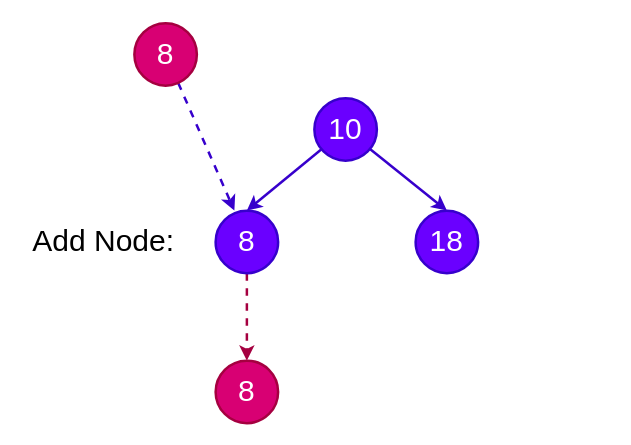
auula/draw.io keeps this draw.io diagram as bst-store.drawio. Above is the earlier version. Source tidied: cells renumbered, new cells numbered last; positions are measured from the earlier drawing's top-left corner, leaving out a move shared by most shapes. Both pictures are drawn from the tidied source at 125%, with x=0, y=0 at pixel (21, 22).
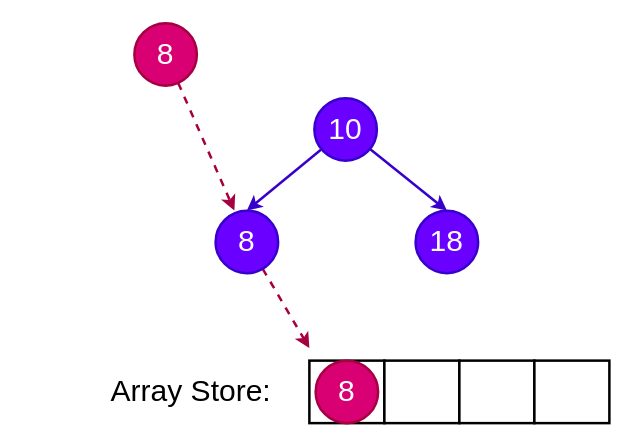
After the change.

The edit, as a diff of the source:
```diff
@@
 <mxGraphModel>
   <root>
     <mxCell id="0" />
     <mxCell id="1" parent="0" />
     <mxCell id="2" style="rounded=0;jettySize=auto;html=1;entryX=0.5;entryY=0;entryDx=0;entryDy=0;fontSize=24;fillColor=#6a00ff;strokeColor=#3700CC;strokeWidth=2;" parent="1" edge="1" source="4" target="6">
       <mxGeometry relative="1" as="geometry" />
     </mxCell>
     <mxCell id="3" style="rounded=0;jettySize=auto;html=1;entryX=0.5;entryY=0;entryDx=0;entryDy=0;fontSize=24;fillColor=#6a00ff;strokeColor=#3700CC;strokeWidth=2;" parent="1" edge="1" source="4" target="7">
       <mxGeometry relative="1" as="geometry" />
     </mxCell>
     <mxCell id="4" value="&lt;font style=&quot;font-size: 24px;&quot;&gt;10&lt;/font&gt;" style="ellipse;whiteSpace=wrap;html=1;fillColor=#6a00ff;fontColor=#ffffff;strokeColor=#3700CC;strokeWidth=2;" parent="1" vertex="1">
       <mxGeometry x="234" y="60" width="50" height="50" as="geometry" />
     </mxCell>
-    <mxCell id="5" style="edgeStyle=none;rounded=0;jettySize=auto;html=1;entryX=0.5;entryY=0;entryDx=0;entryDy=0;dashed=1;fontSize=24;strokeWidth=2;fillColor=#d80073;strokeColor=#A50040;" parent="1" edge="1" source="6" target="11">
-      <mxGeometry relative="1" as="geometry" />
+    <mxCell id="5" style="edgeStyle=none;rounded=0;jettySize=auto;html=1;dashed=1;fontSize=24;strokeWidth=2;fillColor=#d80073;strokeColor=#A50040;" parent="1" edge="1" source="6">
+      <mxGeometry relative="1" as="geometry">
+        <mxPoint x="230" y="260" as="targetPoint" />
+      </mxGeometry>
     </mxCell>
     <mxCell id="6" value="&lt;span style=&quot;font-size: 24px;&quot;&gt;8&lt;/span&gt;" style="ellipse;whiteSpace=wrap;html=1;fillColor=#6a00ff;fontColor=#ffffff;strokeColor=#3700CC;strokeWidth=2;" parent="1" vertex="1">
       <mxGeometry x="155" y="150" width="50" height="50" as="geometry" />
     </mxCell>
     <mxCell id="7" value="&lt;font style=&quot;font-size: 24px;&quot;&gt;18&lt;/font&gt;" style="ellipse;whiteSpace=wrap;html=1;fillColor=#6a00ff;fontColor=#ffffff;strokeColor=#3700CC;strokeWidth=2;" parent="1" vertex="1">
       <mxGeometry x="315" y="150" width="50" height="50" as="geometry" />
     </mxCell>
-    <mxCell id="8" style="edgeStyle=none;rounded=0;jettySize=auto;html=1;entryX=0.3;entryY=0;entryDx=0;entryDy=0;entryPerimeter=0;fontSize=24;strokeWidth=2;dashed=1;fillColor=#6a00ff;strokeColor=#3700CC;" parent="1" edge="1" source="9" target="6">
+    <mxCell id="8" style="edgeStyle=none;rounded=0;jettySize=auto;html=1;entryX=0.3;entryY=0;entryDx=0;entryDy=0;entryPerimeter=0;fontSize=24;strokeWidth=2;dashed=1;fillColor=#d80073;strokeColor=#A50040;" parent="1" edge="1" source="9" target="6">
       <mxGeometry relative="1" as="geometry" />
     </mxCell>
     <mxCell id="9" value="&lt;span style=&quot;font-size: 24px;&quot;&gt;8&lt;/span&gt;" style="ellipse;whiteSpace=wrap;html=1;fillColor=#d80073;fontColor=#ffffff;strokeColor=#A50040;strokeWidth=2;" parent="1" vertex="1">
       <mxGeometry x="90" width="50" height="50" as="geometry" />
     </mxCell>
-    <mxCell id="10" value="Add Node:" style="text;html=1;align=center;verticalAlign=middle;strokeColor=none;fillColor=none;fontSize=24;" parent="1" vertex="1">
-      <mxGeometry y="160" width="130" height="30" as="geometry" />
+    <mxCell id="10" value="Array Store:" style="text;html=1;align=center;verticalAlign=middle;strokeColor=none;fillColor=none;fontSize=24;" parent="1" vertex="1">
+      <mxGeometry x="65" y="280" width="140" height="30" as="geometry" />
     </mxCell>
+    <mxCell id="12" style="group;" parent="1" vertex="1">
+      <mxGeometry x="230" y="270" width="240" height="50" as="geometry" />
+    </mxCell>
+    <mxCell id="13" style="rounded=0;whiteSpace=wrap;html=1;fontSize=24;strokeWidth=2;" parent="12" vertex="1">
+      <mxGeometry width="60" height="50" as="geometry" />
+    </mxCell>
+    <mxCell id="14" style="rounded=0;whiteSpace=wrap;html=1;fontSize=24;strokeWidth=2;" parent="12" vertex="1">
+      <mxGeometry x="60" width="60" height="50" as="geometry" />
+    </mxCell>
+    <mxCell id="15" style="rounded=0;whiteSpace=wrap;html=1;fontSize=24;strokeWidth=2;" parent="12" vertex="1">
+      <mxGeometry x="120" width="60" height="50" as="geometry" />
+    </mxCell>
+    <mxCell id="16" style="rounded=0;whiteSpace=wrap;html=1;fontSize=24;strokeWidth=2;" parent="12" vertex="1">
+      <mxGeometry x="180" width="60" height="50" as="geometry" />
+    </mxCell>
-    <mxCell id="11" value="&lt;span style=&quot;font-size: 24px;&quot;&gt;8&lt;/span&gt;" style="ellipse;whiteSpace=wrap;html=1;fillColor=#d80073;fontColor=#ffffff;strokeColor=#A50040;strokeWidth=2;" parent="1" vertex="1">
-      <mxGeometry x="155" y="270" width="50" height="50" as="geometry" />
+    <mxCell id="11" value="&lt;span style=&quot;font-size: 24px;&quot;&gt;8&lt;/span&gt;" style="ellipse;whiteSpace=wrap;html=1;fillColor=#d80073;fontColor=#ffffff;strokeColor=#A50040;strokeWidth=2;" parent="12" vertex="1">
+      <mxGeometry x="5" width="50" height="50" as="geometry" />
     </mxCell>
   </root>
 </mxGraphModel>
```
